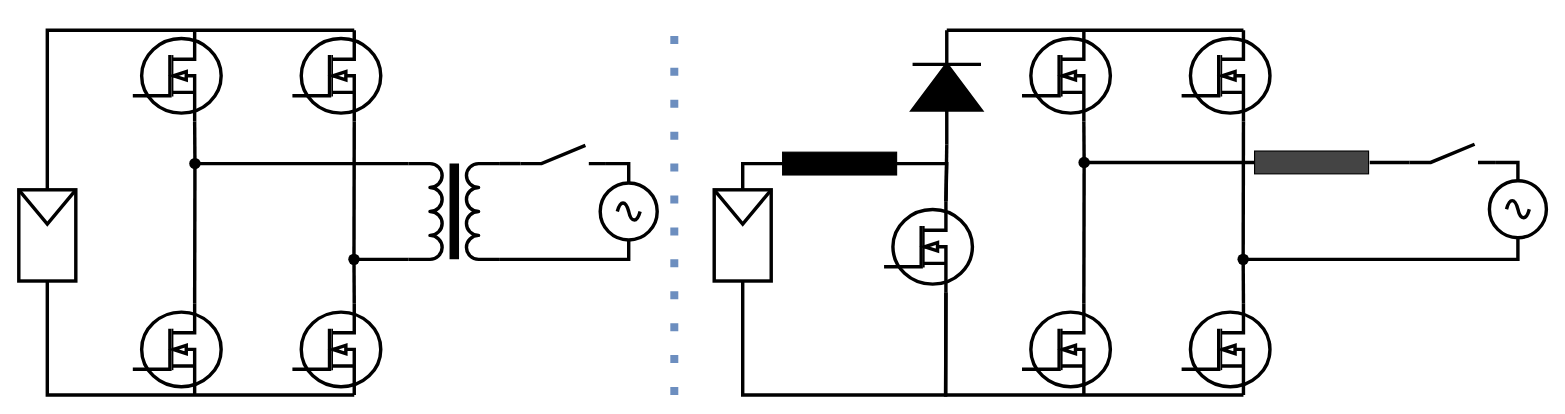
Lostqw1/Funfun keeps this draw.io diagram as Topologie_FS_Richtig.drawio. Above is the earlier version. Source tidied: cells renumbered, new cells numbered last; positions are measured from the earlier drawing's top-left corner, leaving out a move shared by most shapes. Both pictures are drawn from the tidied source at 114%, with x=0, y=0 at pixel (18, 18).
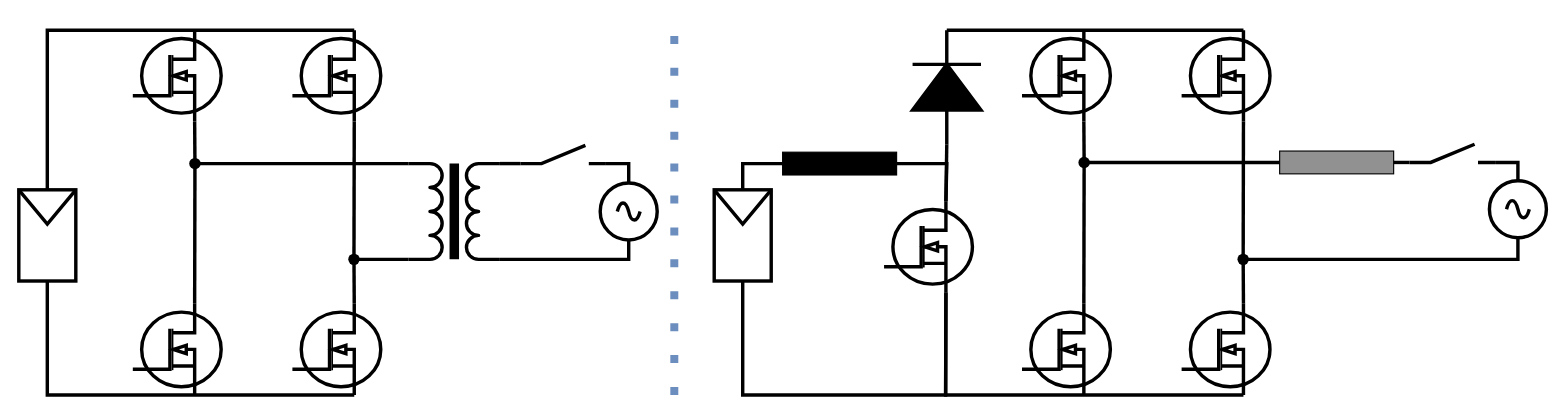
After the change.

The change refers to these unchanged cells:
```xml
<mxCell id="30" style="verticalLabelPosition=bottom;shadow=0;dashed=0;align=center;html=1;verticalAlign=top;shape=mxgraph.electrical.electro-mechanical.make_contact;strokeWidth=3;" parent="1" vertex="1">
  <mxGeometry x="1220" y="110" width="75" height="16" as="geometry" />
</mxCell>
```

The edit, as a diff of the source:
```diff
@@
-    <mxCell id="50" style="rounded=0;whiteSpace=wrap;html=1;fillColor=#444444;" parent="1" vertex="1">
-      <mxGeometry x="1084" y="116" width="100" height="20" as="geometry" />
+    <mxCell id="50" style="rounded=0;whiteSpace=wrap;html=1;fillColor=#919191;" parent="1" vertex="1">
+      <mxGeometry x="1106" y="116" width="100" height="20" as="geometry" />
     </mxCell>
-    <mxCell id="51" style="endArrow=none;html=1;rounded=0;entryX=0;entryY=1;entryDx=0;entryDy=0;entryPerimeter=0;strokeWidth=3;" parent="1" edge="1" target="30">
+    <mxCell id="51" style="endArrow=none;html=1;rounded=0;strokeWidth=3;" parent="1" edge="1">
       <mxGeometry relative="1" as="geometry">
-        <mxPoint x="1185" y="126" as="sourcePoint" />
+        <mxPoint x="1206" y="126" as="sourcePoint" />
+        <mxPoint x="1220" y="126" as="targetPoint" />
       </mxGeometry>
     </mxCell>
```
